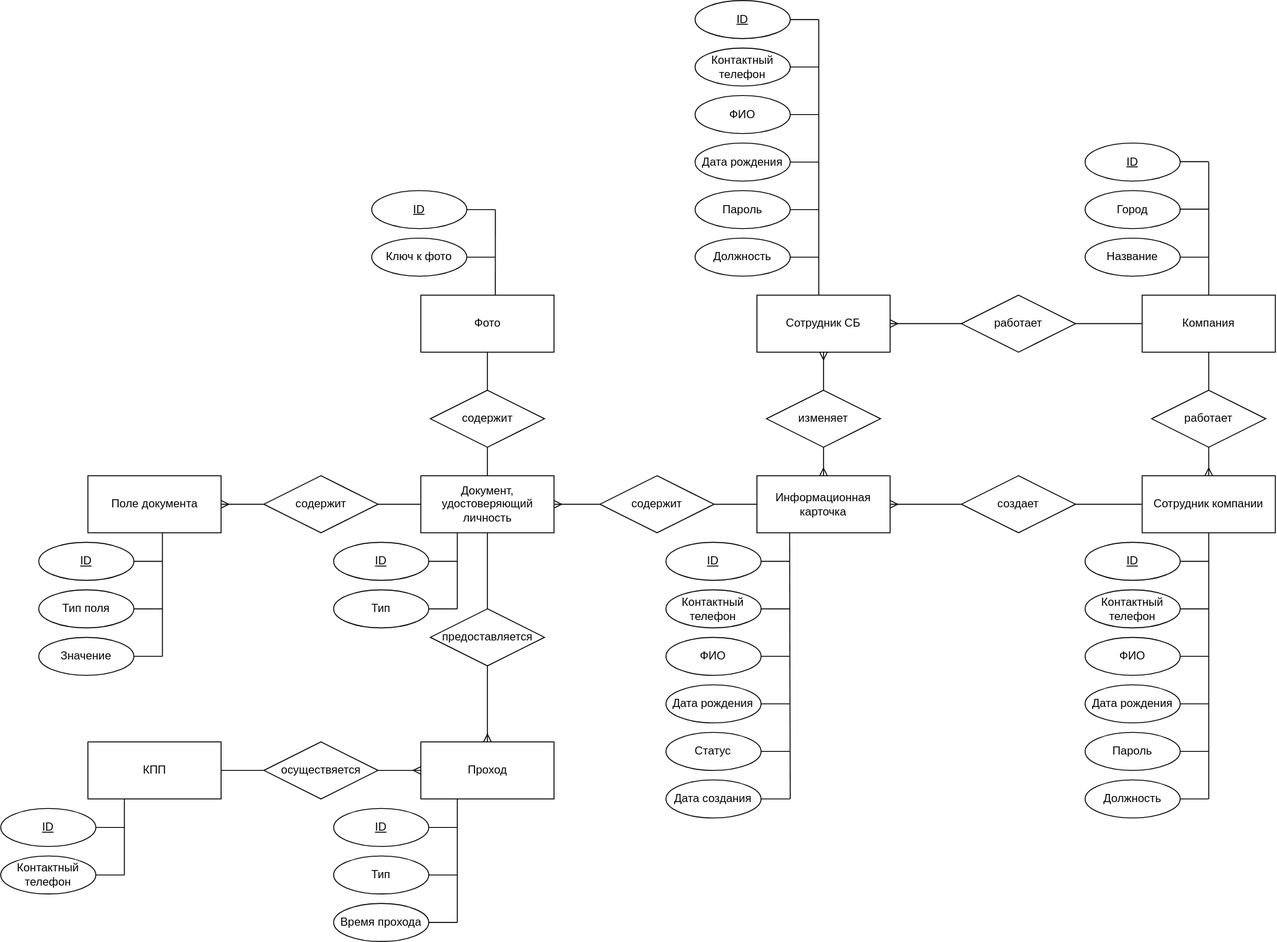
Above: diagrams/ER.svg in pstpn/PPO (draw.io), before the change. Source tidied: cells renumbered, new cells last; positions are measured from the earlier drawing's top-left corner, leaving out a move shared by most shapes.
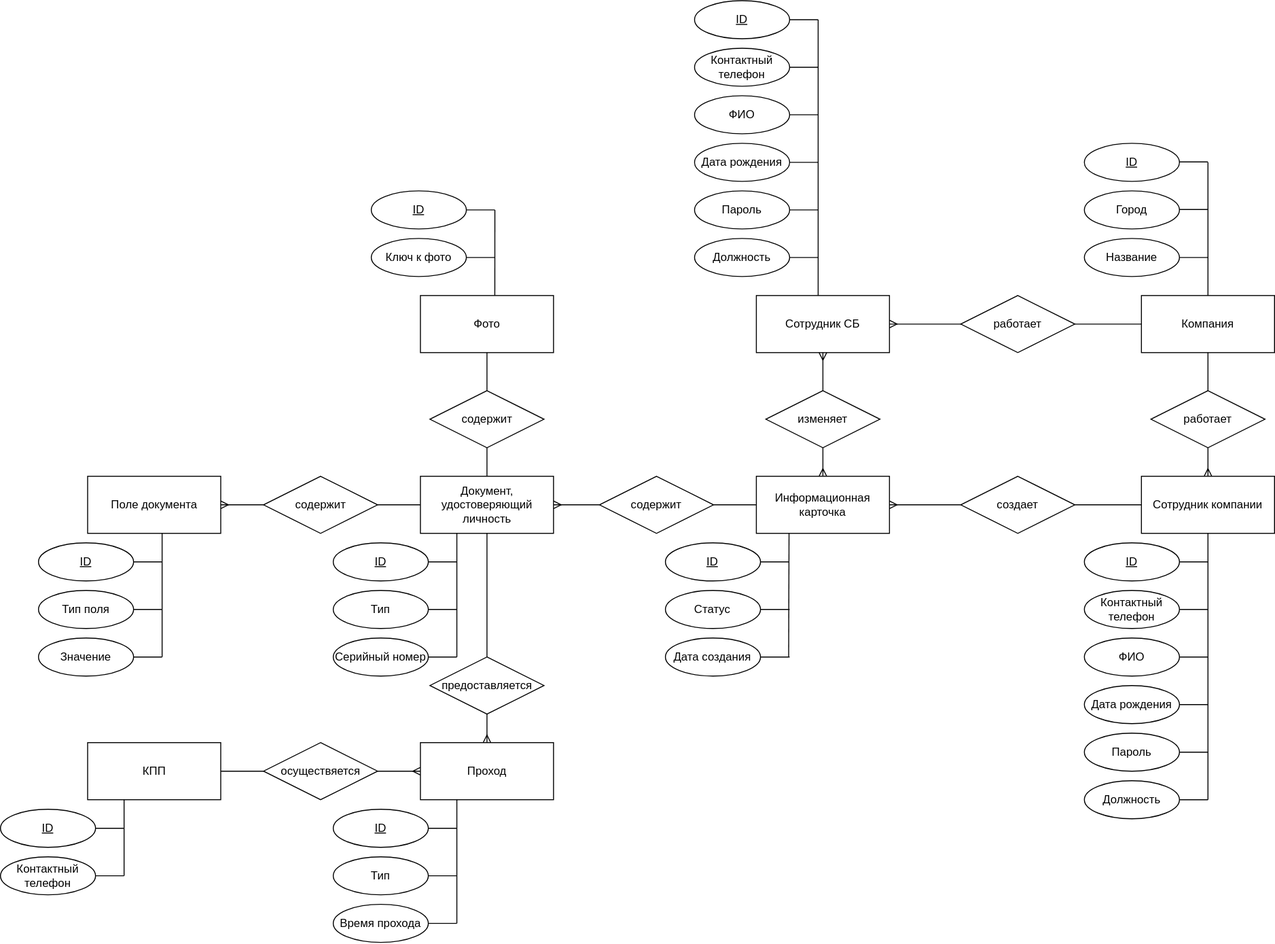
After the commit.

The edit, as a diff of the source:
```diff
@@ -194,38 +194,14 @@
     <mxCell id="51" value="ID" style="ellipse;whiteSpace=wrap;html=1;align=center;fontStyle=4;" parent="1" vertex="1">
       <mxGeometry x="699.4" y="570" width="100" height="40" as="geometry" />
     </mxCell>
-    <mxCell id="52" value="Контактный телефон" style="ellipse;whiteSpace=wrap;html=1;align=center;" parent="1" vertex="1">
-      <mxGeometry x="699.4" y="620" width="100" height="40" as="geometry" />
-    </mxCell>
-    <mxCell id="53" value="Дата рождения" style="ellipse;whiteSpace=wrap;html=1;align=center;" parent="1" vertex="1">
-      <mxGeometry x="699.4" y="720" width="100" height="40" as="geometry" />
-    </mxCell>
-    <mxCell id="54" value="ФИО" style="ellipse;whiteSpace=wrap;html=1;align=center;" parent="1" vertex="1">
-      <mxGeometry x="699.4" y="670" width="100" height="40" as="geometry" />
-    </mxCell>
     <mxCell id="55" style="endArrow=none;html=1;rounded=0;" parent="1" edge="1" source="51">
       <mxGeometry relative="1" as="geometry">
         <mxPoint x="829.4" y="590" as="targetPoint" />
       </mxGeometry>
     </mxCell>
-    <mxCell id="56" style="endArrow=none;html=1;rounded=0;" parent="1" edge="1" source="52">
-      <mxGeometry relative="1" as="geometry">
-        <mxPoint x="829.4" y="640" as="targetPoint" />
-      </mxGeometry>
-    </mxCell>
-    <mxCell id="57" style="endArrow=none;html=1;rounded=0;" parent="1" edge="1" source="54">
-      <mxGeometry relative="1" as="geometry">
-        <mxPoint x="829.4" y="690" as="targetPoint" />
-      </mxGeometry>
-    </mxCell>
-    <mxCell id="58" style="endArrow=none;html=1;rounded=0;" parent="1" edge="1" source="53">
-      <mxGeometry relative="1" as="geometry">
-        <mxPoint x="829.4" y="740" as="targetPoint" />
-      </mxGeometry>
-    </mxCell>
     <mxCell id="59" style="endArrow=none;html=1;rounded=0;" parent="1" edge="1">
       <mxGeometry relative="1" as="geometry">
-        <mxPoint x="830" y="840" as="sourcePoint" />
+        <mxPoint x="829" y="690" as="sourcePoint" />
         <mxPoint x="829.4" y="560" as="targetPoint" />
       </mxGeometry>
     </mxCell>
@@ -250,7 +226,7 @@
     </mxCell>
     <mxCell id="65" style="endArrow=none;html=1;rounded=0;" parent="1" edge="1">
       <mxGeometry relative="1" as="geometry">
-        <mxPoint x="480" y="640" as="sourcePoint" />
+        <mxPoint x="480" y="690" as="sourcePoint" />
         <mxPoint x="480" y="560" as="targetPoint" />
       </mxGeometry>
     </mxCell>
@@ -306,11 +282,11 @@
       </mxGeometry>
     </mxCell>
     <mxCell id="80" value="Статус" style="ellipse;whiteSpace=wrap;html=1;align=center;" parent="1" vertex="1">
-      <mxGeometry x="699.4" y="770" width="100" height="40" as="geometry" />
+      <mxGeometry x="699.4" y="620" width="100" height="40" as="geometry" />
     </mxCell>
     <mxCell id="81" style="endArrow=none;html=1;rounded=0;" parent="1" edge="1" source="80">
       <mxGeometry relative="1" as="geometry">
-        <mxPoint x="830" y="790" as="targetPoint" />
+        <mxPoint x="830" y="640" as="targetPoint" />
       </mxGeometry>
     </mxCell>
     <mxCell id="82" style="fontSize=12;html=1;endArrow=none;rounded=0;endFill=0;" parent="1" edge="1" source="84" target="85">
@@ -326,11 +302,11 @@
       <mxGeometry x="441.7" y="310" width="140" height="60" as="geometry" />
     </mxCell>
     <mxCell id="86" value="Дата создания" style="ellipse;whiteSpace=wrap;html=1;align=center;" parent="1" vertex="1">
-      <mxGeometry x="699.4" y="820" width="100" height="40" as="geometry" />
+      <mxGeometry x="699.4" y="670" width="100" height="40" as="geometry" />
     </mxCell>
     <mxCell id="87" style="endArrow=none;html=1;rounded=0;" parent="1" edge="1" source="86">
       <mxGeometry relative="1" as="geometry">
-        <mxPoint x="830" y="840" as="targetPoint" />
+        <mxPoint x="830" y="690" as="targetPoint" />
       </mxGeometry>
     </mxCell>
     <mxCell id="88" value="ID" style="ellipse;whiteSpace=wrap;html=1;align=center;fontStyle=4;" parent="1" vertex="1">
@@ -360,7 +336,7 @@
       </mxGeometry>
     </mxCell>
     <mxCell id="94" value="предоставляется" style="shape=rhombus;perimeter=rhombusPerimeter;whiteSpace=wrap;html=1;align=center;" parent="1" vertex="1">
-      <mxGeometry x="451.7" y="640" width="120" height="60" as="geometry" />
+      <mxGeometry x="451.7" y="690" width="120" height="60" as="geometry" />
     </mxCell>
     <mxCell id="95" style="fontSize=12;html=1;endArrow=none;rounded=0;endFill=0;" parent="1" edge="1" source="94" target="60">
       <mxGeometry relative="1" as="geometry" />
@@ -432,5 +408,13 @@
     <mxCell id="112" style="fontSize=12;html=1;endArrow=none;rounded=0;endFill=0;" parent="1" edge="1" source="111" target="104">
       <mxGeometry relative="1" as="geometry" />
     </mxCell>
+    <mxCell id="113" value="Серийный номер" style="ellipse;whiteSpace=wrap;html=1;align=center;" parent="1" vertex="1">
+      <mxGeometry x="350" y="670" width="100" height="40" as="geometry" />
+    </mxCell>
+    <mxCell id="114" style="endArrow=none;html=1;rounded=0;" parent="1" edge="1" source="113">
+      <mxGeometry relative="1" as="geometry">
+        <mxPoint x="480" y="690" as="targetPoint" />
+      </mxGeometry>
+    </mxCell>
   </root>
 </mxGraphModel>
```
